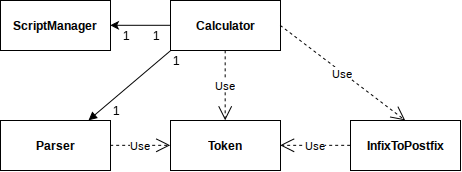
The draw.io diagram dokumentaatio/luokkakaavio.png in kalppi/Laskin, before a commit. Source tidied: cells renumbered, new cells last; positions are measured from the earlier drawing's top-left corner, leaving out a move shared by most shapes.
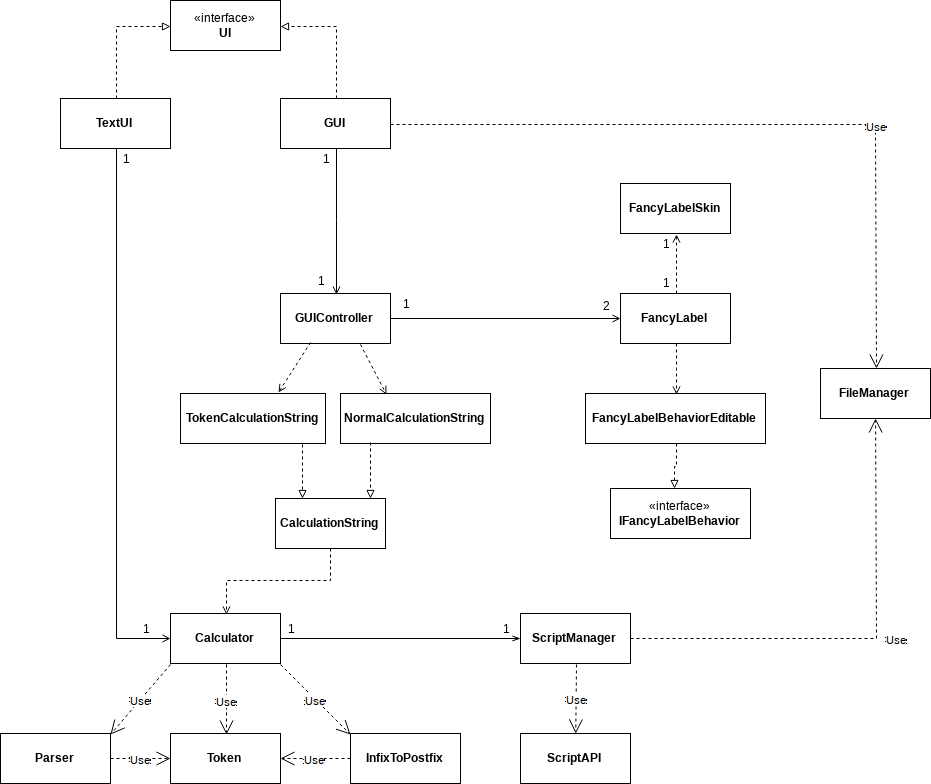
The same file after the commit.

What changed in the source:
```diff
@@ -2,9 +2,6 @@
   <root>
     <mxCell id="0" style="html=1;" />
     <mxCell id="1" style="html=1;" parent="0" />
-    <mxCell id="2" style="edgeStyle=orthogonalEdgeStyle;rounded=1;html=1;entryX=1;entryY=0.5;shadow=0;startArrow=none;startFill=0;endArrow=classic;endFill=1;jettySize=auto;strokeColor=#000000;" parent="1" edge="1" source="3" target="7">
-      <mxGeometry relative="1" as="geometry" />
-    </mxCell>
     <mxCell id="3" value="Calculator" style="html=1;labelBackgroundColor=none;fillColor=#ffffff;fontStyle=1;" parent="1" vertex="1">
       <mxGeometry x="170" width="110" height="50" as="geometry" />
     </mxCell>
@@ -18,34 +15,161 @@
       <mxGeometry relative="1" as="geometry" />
     </mxCell>
     <mxCell id="7" value="ScriptManager" style="html=1;labelBackgroundColor=none;fillColor=#ffffff;fontStyle=1;" parent="1" vertex="1">
-      <mxGeometry width="110" height="50" as="geometry" />
+      <mxGeometry x="520" width="110" height="50" as="geometry" />
     </mxCell>
+    <mxCell id="2" style="edgeStyle=orthogonalEdgeStyle;rounded=1;html=1;entryX=0;entryY=0.5;shadow=0;startArrow=none;startFill=0;endArrow=openThin;endFill=0;jettySize=auto;strokeColor=#000000;" parent="1" edge="1" source="3" target="7">
+      <mxGeometry relative="1" as="geometry" />
+    </mxCell>
     <mxCell id="8" value="Parser" style="html=1;labelBackgroundColor=none;fillColor=#ffffff;fontStyle=1;" parent="1" vertex="1">
       <mxGeometry y="120" width="110" height="50" as="geometry" />
     </mxCell>
     <mxCell id="9" value="InfixToPostfix" style="html=1;labelBackgroundColor=none;fillColor=#ffffff;fontStyle=1;" parent="1" vertex="1">
       <mxGeometry x="350" y="120" width="110" height="50" as="geometry" />
     </mxCell>
-    <mxCell id="10" value="Use" style="endArrow=open;endSize=12;dashed=1;html=1;shadow=0;strokeColor=#000000;exitX=1;exitY=0.5;entryX=0.5;entryY=0;" parent="1" edge="1" source="3" target="9">
+    <mxCell id="10" value="Use" style="endArrow=open;endSize=12;dashed=1;html=1;shadow=0;strokeColor=#000000;exitX=1.004;exitY=1.002;entryX=0;entryY=0.002;exitPerimeter=0;entryPerimeter=0;" parent="1" edge="1" source="3" target="9">
       <mxGeometry relative="1" as="geometry" />
     </mxCell>
     <mxCell id="11" value="Use" style="endArrow=open;endSize=12;dashed=1;html=1;shadow=0;strokeColor=#000000;exitX=0;exitY=0.5;entryX=1;entryY=0.5;" parent="1" edge="1" source="9" target="4">
       <mxGeometry relative="1" as="geometry" />
     </mxCell>
-    <mxCell id="12" style="endArrow=none;startArrow=block;endFill=0;startFill=1;html=1;shadow=0;strokeColor=#000000;exitX=0.801;exitY=0;entryX=0.002;entryY=0.995;entryPerimeter=0;exitPerimeter=0;" parent="1" edge="1" source="8" target="3">
-      <mxGeometry relative="1" as="geometry" />
-    </mxCell>
-    <mxCell id="13" value="1" style="text;html=1;strokeColor=none;fillColor=none;align=center;verticalAlign=middle;whiteSpace=wrap;labelBackgroundColor=none;" parent="1" vertex="1">
-      <mxGeometry x="110" y="105" width="10" height="10" as="geometry" />
-    </mxCell>
     <mxCell id="14" value="1" style="text;html=1;strokeColor=none;fillColor=none;align=center;verticalAlign=middle;whiteSpace=wrap;labelBackgroundColor=none;" parent="1" vertex="1">
-      <mxGeometry x="120" y="30" width="10" height="10" as="geometry" />
+      <mxGeometry x="285" y="10" width="10" height="10" as="geometry" />
     </mxCell>
     <mxCell id="15" value="1" style="text;html=1;strokeColor=none;fillColor=none;align=center;verticalAlign=middle;whiteSpace=wrap;labelBackgroundColor=none;" parent="1" vertex="1">
-      <mxGeometry x="150" y="30" width="10" height="10" as="geometry" />
+      <mxGeometry x="500" y="10" width="10" height="10" as="geometry" />
     </mxCell>
-    <mxCell id="16" value="1" style="text;html=1;strokeColor=none;fillColor=none;align=center;verticalAlign=middle;whiteSpace=wrap;labelBackgroundColor=none;" parent="1" vertex="1">
-      <mxGeometry x="170" y="55" width="10" height="10" as="geometry" />
-    </mxCell>
+    <mxCell id="17" value="«interface»&lt;br&gt;&lt;b&gt;UI&lt;/b&gt;" style="html=1;labelBackgroundColor=none;fillColor=#ffffff;" parent="1" vertex="1">
+      <mxGeometry x="170" y="-613" width="110" height="50" as="geometry" />
+    </mxCell>
+    <mxCell id="18" value="TextUI" style="html=1;labelBackgroundColor=none;fillColor=#ffffff;fontStyle=1;" parent="1" vertex="1">
+      <mxGeometry x="60" y="-515" width="110" height="50" as="geometry" />
+    </mxCell>
+    <mxCell id="19" value="GUI" style="html=1;labelBackgroundColor=none;fillColor=#ffffff;fontStyle=1;" parent="1" vertex="1">
+      <mxGeometry x="280" y="-515" width="110" height="50" as="geometry" />
+    </mxCell>
+    <mxCell id="20" style="edgeStyle=orthogonalEdgeStyle;rounded=0;html=1;entryX=0;entryY=0.5;shadow=0;startArrow=none;startFill=0;endArrow=block;endFill=0;jettySize=auto;strokeColor=#000000;dashed=1;" parent="1" edge="1" source="18" target="17">
+      <mxGeometry relative="1" as="geometry" />
+    </mxCell>
+    <mxCell id="21" style="edgeStyle=orthogonalEdgeStyle;rounded=0;html=1;entryX=1;entryY=0.5;shadow=0;startArrow=none;startFill=0;endArrow=block;endFill=0;jettySize=auto;strokeColor=#000000;dashed=1;" parent="1" edge="1" source="19" target="17">
+      <mxGeometry relative="1" as="geometry" />
+    </mxCell>
+    <mxCell id="22" style="edgeStyle=orthogonalEdgeStyle;rounded=0;html=1;shadow=0;startArrow=none;startFill=0;endArrow=open;endFill=0;jettySize=auto;strokeColor=#000000;entryX=0;entryY=0.5;" parent="1" edge="1" source="18" target="3">
+      <mxGeometry relative="1" as="geometry">
+        <Array as="points">
+          <mxPoint x="115" y="25" />
+        </Array>
+      </mxGeometry>
+    </mxCell>
+    <mxCell id="23" value="GUIController" style="html=1;labelBackgroundColor=none;fillColor=#ffffff;fontStyle=1;" parent="1" vertex="1">
+      <mxGeometry x="280" y="-320" width="110" height="50" as="geometry" />
+    </mxCell>
+    <mxCell id="24" value="1" style="text;html=1;strokeColor=none;fillColor=none;align=center;verticalAlign=middle;whiteSpace=wrap;labelBackgroundColor=none;" parent="1" vertex="1">
+      <mxGeometry x="140" y="9.6" width="10" height="10" as="geometry" />
+    </mxCell>
+    <mxCell id="25" value="1" style="text;html=1;strokeColor=none;fillColor=none;align=center;verticalAlign=middle;whiteSpace=wrap;labelBackgroundColor=none;" parent="1" vertex="1">
+      <mxGeometry x="320" y="-460" width="10" height="10" as="geometry" />
+    </mxCell>
+    <mxCell id="26" value="Use" style="endArrow=open;endSize=12;dashed=1;html=1;shadow=0;strokeColor=#000000;exitX=0.002;exitY=1.007;entryX=1.004;entryY=0.003;exitPerimeter=0;entryPerimeter=0;" parent="1" edge="1" source="3" target="8">
+      <mxGeometry x="-585.3" y="564.8" as="geometry" />
+    </mxCell>
+    <mxCell id="27" value="FileManager" style="html=1;labelBackgroundColor=none;fillColor=#ffffff;fontStyle=1;" parent="1" vertex="1">
+      <mxGeometry x="820" y="-245" width="110" height="50" as="geometry" />
+    </mxCell>
+    <mxCell id="28" value="Use" style="endArrow=open;endSize=12;dashed=1;html=1;shadow=0;strokeColor=#000000;exitX=1;exitY=0.5;rounded=0;" parent="1" edge="1" source="7" target="27">
+      <mxGeometry as="geometry">
+        <Array as="points">
+          <mxPoint x="876" y="25" />
+        </Array>
+        <mxPoint x="143" y="110" as="offset" />
+      </mxGeometry>
+    </mxCell>
+    <mxCell id="29" value="Use" style="endArrow=open;endSize=12;dashed=1;html=1;shadow=0;strokeColor=#000000;entryX=0.5;entryY=0;rounded=0;exitX=1;exitY=0.5;" parent="1" edge="1" source="19" target="27">
+      <mxGeometry as="geometry">
+        <Array as="points">
+          <mxPoint x="875" y="-489" />
+        </Array>
+        <mxPoint x="243" y="-121" as="offset" />
+      </mxGeometry>
+    </mxCell>
+    <mxCell id="30" value="TokenCalculationString" style="html=1;labelBackgroundColor=none;fillColor=#ffffff;fontStyle=1;" parent="1" vertex="1">
+      <mxGeometry x="180" y="-220" width="145" height="50" as="geometry" />
+    </mxCell>
+    <mxCell id="31" style="edgeStyle=orthogonalEdgeStyle;rounded=0;html=1;entryX=0.5;entryY=0;shadow=0;startArrow=none;startFill=0;endArrow=open;endFill=0;jettySize=auto;strokeColor=#000000;strokeWidth=1;" parent="1" edge="1" source="19" target="23">
+      <mxGeometry relative="1" as="geometry" />
+    </mxCell>
+    <mxCell id="32" value="FancyLabel" style="html=1;labelBackgroundColor=none;fillColor=#ffffff;fontStyle=1;" parent="1" vertex="1">
+      <mxGeometry x="620" y="-320" width="110" height="50" as="geometry" />
+    </mxCell>
+    <mxCell id="33" value="FancyLabelSkin" style="html=1;labelBackgroundColor=none;fillColor=#ffffff;fontStyle=1;" parent="1" vertex="1">
+      <mxGeometry x="620" y="-430" width="110" height="50" as="geometry" />
+    </mxCell>
+    <mxCell id="34" style="edgeStyle=orthogonalEdgeStyle;rounded=0;html=1;entryX=0;entryY=0.5;shadow=0;startArrow=none;startFill=0;endArrow=open;endFill=0;jettySize=auto;strokeColor=#000000;strokeWidth=1;" parent="1" edge="1" source="23" target="32">
+      <mxGeometry relative="1" as="geometry" />
+    </mxCell>
+    <mxCell id="35" style="edgeStyle=orthogonalEdgeStyle;rounded=0;html=1;entryX=0.5;entryY=1;shadow=0;startArrow=none;startFill=0;endArrow=open;endFill=0;jettySize=auto;strokeColor=#000000;strokeWidth=1;dashed=1;" parent="1" edge="1" source="32" target="33">
+      <mxGeometry relative="1" as="geometry" />
+    </mxCell>
+    <mxCell id="36" value="2" style="text;html=1;strokeColor=none;fillColor=none;align=center;verticalAlign=middle;whiteSpace=wrap;labelBackgroundColor=none;" parent="1" vertex="1">
+      <mxGeometry x="600" y="-313" width="10" height="10" as="geometry" />
+    </mxCell>
+    <mxCell id="37" value="1" style="text;html=1;strokeColor=none;fillColor=none;align=center;verticalAlign=middle;whiteSpace=wrap;labelBackgroundColor=none;" parent="1" vertex="1">
+      <mxGeometry x="400" y="-315" width="10" height="10" as="geometry" />
+    </mxCell>
+    <mxCell id="38" value="1" style="text;html=1;strokeColor=none;fillColor=none;align=center;verticalAlign=middle;whiteSpace=wrap;labelBackgroundColor=none;" parent="1" vertex="1">
+      <mxGeometry x="660" y="-375" width="10" height="10" as="geometry" />
+    </mxCell>
+    <mxCell id="39" value="1" style="text;html=1;strokeColor=none;fillColor=none;align=center;verticalAlign=middle;whiteSpace=wrap;labelBackgroundColor=none;" parent="1" vertex="1">
+      <mxGeometry x="660" y="-336" width="10" height="10" as="geometry" />
+    </mxCell>
+    <mxCell id="40" value="FancyLabelBehaviorEditable" style="html=1;labelBackgroundColor=none;fillColor=#ffffff;fontStyle=1;" parent="1" vertex="1">
+      <mxGeometry x="585" y="-220" width="180" height="50" as="geometry" />
+    </mxCell>
+    <mxCell id="41" style="edgeStyle=orthogonalEdgeStyle;rounded=0;html=1;entryX=0.5;entryY=0;shadow=0;startArrow=none;startFill=0;endArrow=open;endFill=0;jettySize=auto;strokeColor=#000000;strokeWidth=1;dashed=1;" parent="1" edge="1" source="32" target="40">
+      <mxGeometry relative="1" as="geometry" />
+    </mxCell>
+    <mxCell id="42" value="«interface»&lt;br&gt;&lt;b&gt;IFancyLabelBehavior&lt;/b&gt;" style="html=1;labelBackgroundColor=none;fillColor=#ffffff;" parent="1" vertex="1">
+      <mxGeometry x="610" y="-125" width="140" height="50" as="geometry" />
+    </mxCell>
+    <mxCell id="43" style="edgeStyle=orthogonalEdgeStyle;rounded=0;html=1;shadow=0;dashed=1;startArrow=none;startFill=0;endArrow=block;endFill=0;jettySize=auto;strokeColor=#000000;strokeWidth=1;entryX=0.464;entryY=0.005;entryPerimeter=0;" parent="1" edge="1" source="40" target="42">
+      <mxGeometry relative="1" as="geometry" />
+    </mxCell>
+    <mxCell id="44" value="1" style="text;html=1;strokeColor=none;fillColor=none;align=center;verticalAlign=middle;whiteSpace=wrap;labelBackgroundColor=none;" parent="1" vertex="1">
+      <mxGeometry x="315" y="-338" width="10" height="10" as="geometry" />
+    </mxCell>
+    <mxCell id="45" value="NormalCalculationString" style="html=1;labelBackgroundColor=none;fillColor=#ffffff;fontStyle=1;" parent="1" vertex="1">
+      <mxGeometry x="340" y="-220" width="150" height="50" as="geometry" />
+    </mxCell>
+    <mxCell id="46" value="CalculationString" style="html=1;labelBackgroundColor=none;fillColor=#ffffff;fontStyle=1;" parent="1" vertex="1">
+      <mxGeometry x="275" y="-115" width="110" height="50" as="geometry" />
+    </mxCell>
+    <mxCell id="47" style="edgeStyle=orthogonalEdgeStyle;rounded=0;html=1;shadow=0;startArrow=none;startFill=0;endArrow=block;endFill=0;jettySize=auto;strokeColor=#000000;dashed=1;entryX=0.25;entryY=0;" parent="1" edge="1" target="46">
+      <mxGeometry x="-220" y="270" as="geometry">
+        <mxPoint x="302" y="-169" as="sourcePoint" />
+        <Array as="points">
+          <mxPoint x="302" y="-142" />
+        </Array>
+      </mxGeometry>
+    </mxCell>
+    <mxCell id="48" style="edgeStyle=orthogonalEdgeStyle;rounded=0;html=1;shadow=0;startArrow=none;startFill=0;endArrow=block;endFill=0;jettySize=auto;strokeColor=#000000;dashed=1;exitX=0.2;exitY=0.999;exitPerimeter=0;entryX=0.863;entryY=0;entryPerimeter=0;" parent="1" edge="1" source="45" target="46">
+      <mxGeometry x="-154" y="285" as="geometry" />
+    </mxCell>
+    <mxCell id="49" style="edgeStyle=orthogonalEdgeStyle;rounded=0;html=1;entryX=0.5;entryY=0;shadow=0;startArrow=none;startFill=0;endArrow=open;endFill=0;jettySize=auto;strokeColor=#000000;strokeWidth=1;dashed=1;" parent="1" edge="1" source="46" target="3">
+      <mxGeometry relative="1" as="geometry" />
+    </mxCell>
+    <mxCell id="50" value="ScriptAPI" style="html=1;labelBackgroundColor=none;fillColor=#ffffff;fontStyle=1;" parent="1" vertex="1">
+      <mxGeometry x="520" y="120" width="110" height="50" as="geometry" />
+    </mxCell>
+    <mxCell id="51" value="Use" style="endArrow=open;endSize=12;dashed=1;html=1;shadow=0;strokeColor=#000000;exitX=0.5;exitY=1;" parent="1" edge="1" source="7" target="50">
+      <mxGeometry x="-139.8" y="580" as="geometry" />
+    </mxCell>
+    <mxCell id="52" style="endArrow=open;html=1;shadow=0;dashed=1;strokeColor=#000000;strokeWidth=1;endFill=0;exitX=0.724;exitY=1.006;exitPerimeter=0;entryX=0.309;entryY=0.008;entryPerimeter=0;" parent="1" edge="1" source="23" target="45">
+      <mxGeometry relative="1" as="geometry" />
+    </mxCell>
+    <mxCell id="53" style="endArrow=open;html=1;shadow=0;dashed=1;strokeColor=#000000;strokeWidth=1;endFill=0;exitX=0.281;exitY=0.998;exitPerimeter=0;entryX=0.682;entryY=-0.002;entryPerimeter=0;" parent="1" edge="1" source="23" target="30">
+      <mxGeometry x="-320.4" y="235.3" as="geometry" />
+    </mxCell>
+    <mxCell id="54" value="1" style="text;html=1;strokeColor=none;fillColor=none;align=center;verticalAlign=middle;whiteSpace=wrap;labelBackgroundColor=none;" parent="1" vertex="1">
+      <mxGeometry x="120" y="-460.4" width="10" height="10" as="geometry" />
+    </mxCell>
   </root>
 </mxGraphModel>
```
